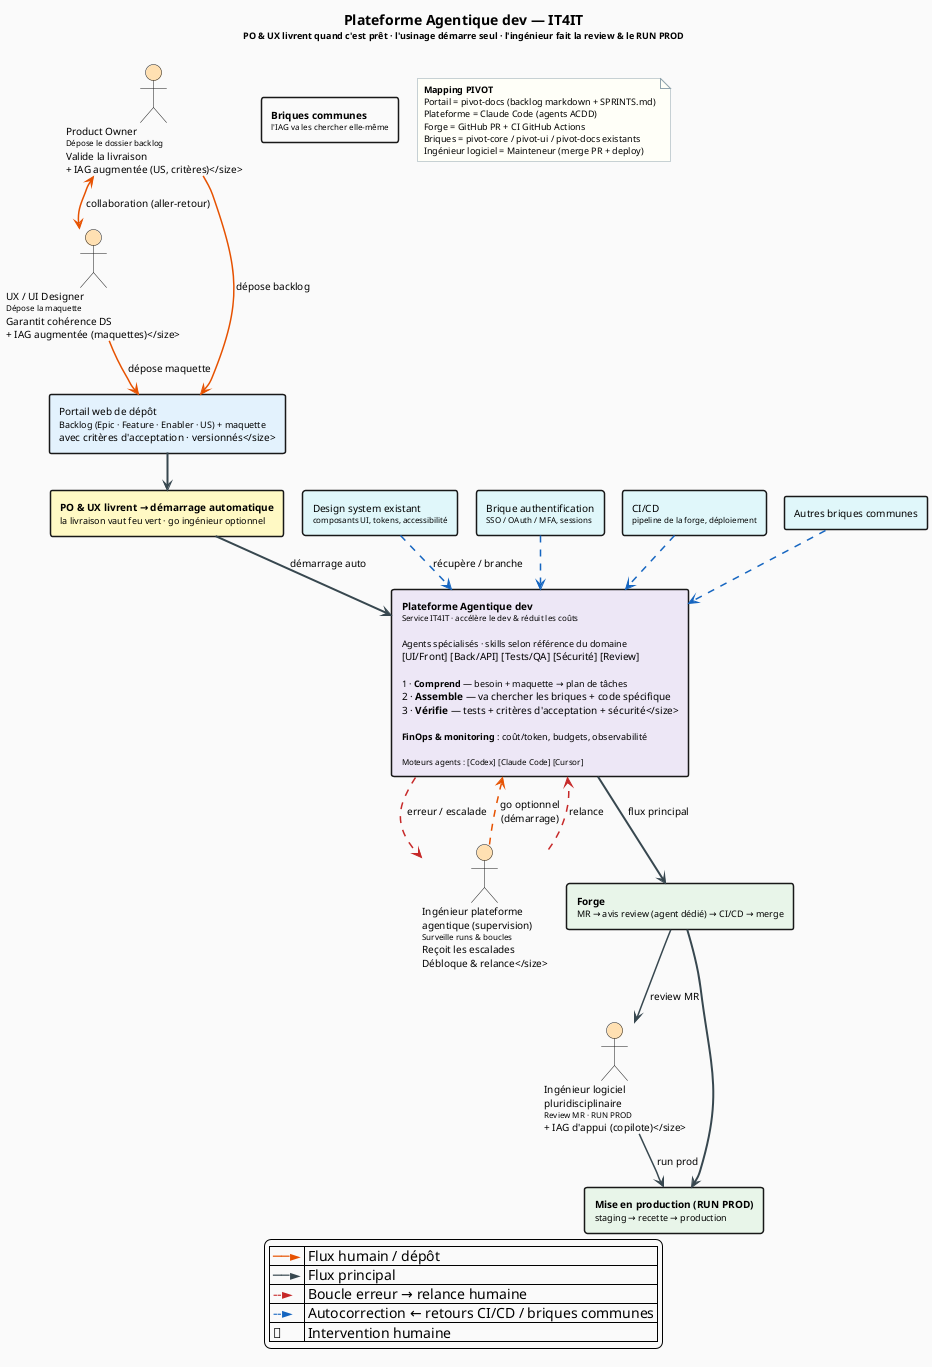
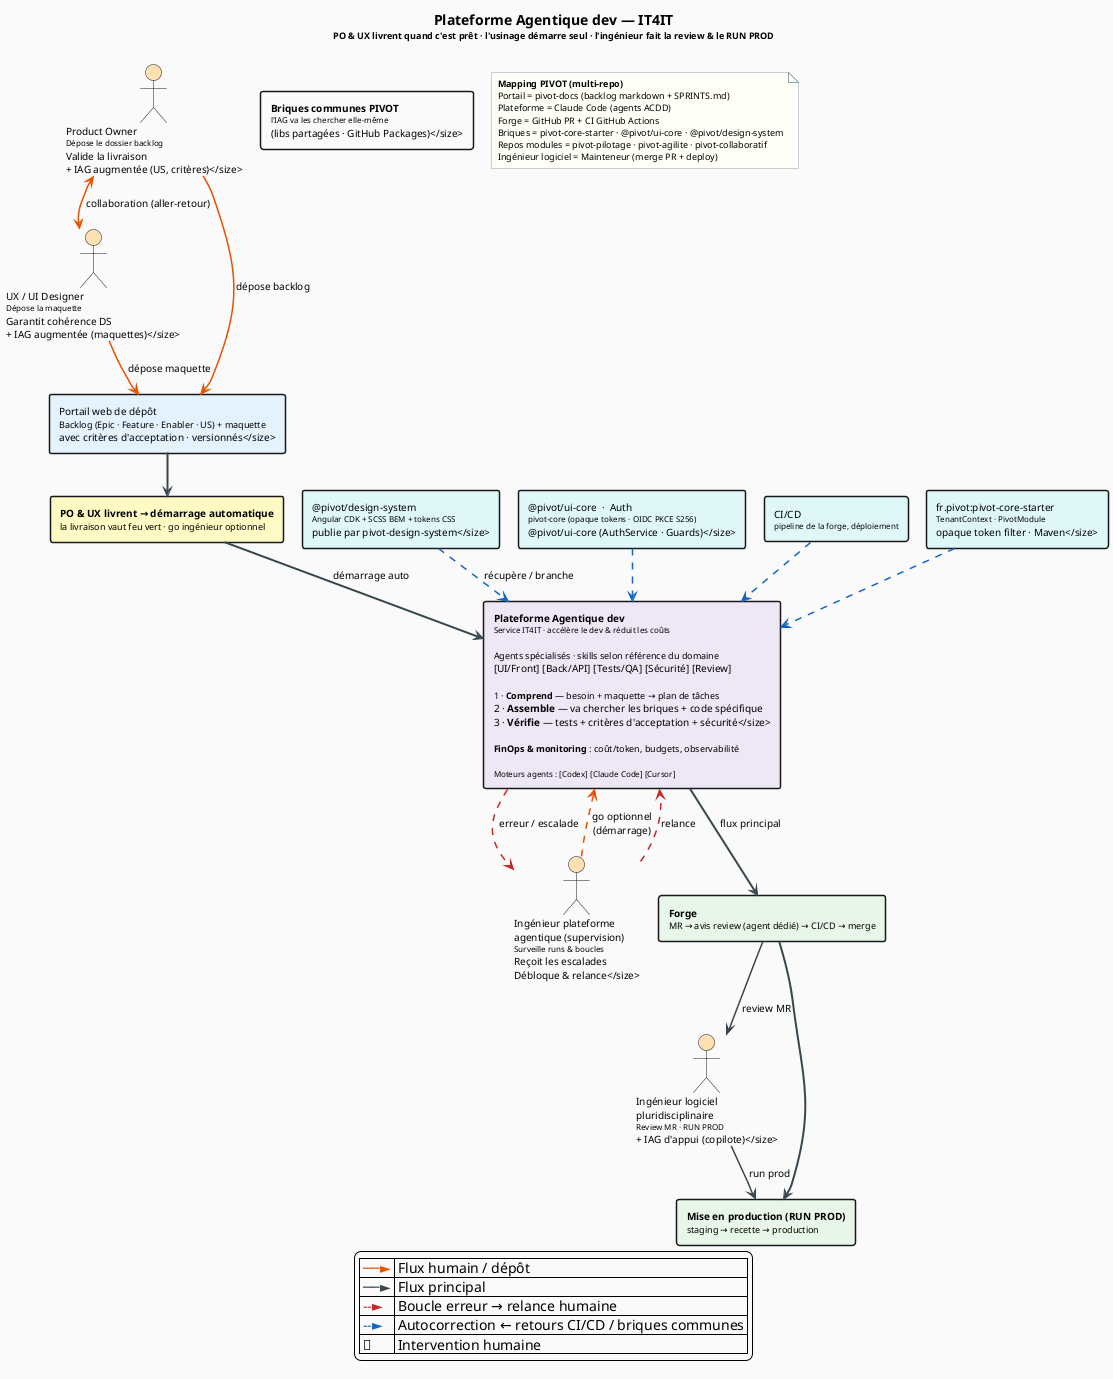
- @startuml
+ @startuml it4it-vision
!pragma layout smetana
skinparam backgroundColor #FAFAFA
skinparam defaultFontName "Arial"
skinparam defaultFontSize 10
skinparam ArrowThickness 1.5
skinparam RectangleBorderThickness 1.5
skinparam NoteBorderColor #90A4AE
skinparam NoteBackgroundColor #FFFFF8
skinparam NoteFontSize 9

title Plateforme Agentique dev — IT4IT\n<size:9>PO & UX livrent quand c'est prêt · l'usinage démarre seul · l'ingénieur fait la review & le RUN PROD</size>

' ─── Acteurs humains ───────────────────────────────────────────────────────
actor "Product Owner\n<size:8>Dépose le dossier backlog\nValide la livraison\n+ IAG augmentée (US, critères)</size>" as PO #FFE0B2
actor "UX / UI Designer\n<size:8>Dépose la maquette\nGarantit cohérence DS\n+ IAG augmentée (maquettes)</size>" as UX #FFE0B2

actor "Ingénieur plateforme\nagentique (supervision)\n<size:8>Surveille runs & boucles\nReçoit les escalades\nDébloque & relance</size>" as IngPlat #FFE0B2
actor "Ingénieur logiciel\npluridisciplinaire\n<size:8>Review MR · RUN PROD\n+ IAG d'appui (copilote)</size>" as IngLog #FFE0B2

' ─── Portail de dépôt ──────────────────────────────────────────────────────
rectangle "Portail web de dépôt\n<size:9>Backlog (Epic · Feature · Enabler · US) + maquette\navec critères d'acceptation · versionnés</size>" as Portail #E3F2FD

' ─── Trigger ───────────────────────────────────────────────────────────────
rectangle "**PO & UX livrent → démarrage automatique**\n<size:9>la livraison vaut feu vert · go ingénieur optionnel</size>" as Trigger #FFF9C4

' ─── Plateforme Agentique dev ──────────────────────────────────────────────
rectangle "**Plateforme Agentique dev**\n<size:8>Service IT4IT · accélère le dev & réduit les coûts</size>\n\n<size:9>Agents spécialisés · skills selon référence du domaine</size>\n[UI/Front] [Back/API] [Tests/QA] [Sécurité] [Review]\n\n<size:9>1 · **Comprend** — besoin + maquette → plan de tâches\n2 · **Assemble** — va chercher les briques + code spécifique\n3 · **Vérifie** — tests + critères d'acceptation + sécurité</size>\n\n<size:9>**FinOps & monitoring** : coût/token, budgets, observabilité</size>\n\n<size:8>Moteurs agents : [Codex] [Claude Code] [Cursor]</size>" as Plateforme #EDE7F6

' ─── Forge ─────────────────────────────────────────────────────────────────
rectangle "**Forge**\n<size:9>MR → avis review (agent dédié) → CI/CD → merge</size>" as Forge #E8F5E9

' ─── Production ────────────────────────────────────────────────────────────
rectangle "**Mise en production (RUN PROD)**\n<size:9>staging → recette → production</size>" as Prod #E8F5E9

' ─── Briques communes ──────────────────────────────────────────────────────
- rectangle "**Briques communes**\n<size:8>l'IAG va les chercher elle-même</size>" as BriquesLabel #FAFAFA
+ rectangle "**Briques communes PIVOT**\n<size:8>l'IAG va les chercher elle-même\n(libs partagées · GitHub Packages)</size>" as BriquesLabel #FAFAFA

- rectangle "Design system existant\n<size:8>composants UI, tokens, accessibilité</size>" as DS #E0F7FA
- rectangle "Brique authentification\n<size:8>SSO / OAuth / MFA, sessions</size>" as Auth #E0F7FA
+ rectangle "@pivot/design-system\n<size:8>Angular CDK + SCSS BEM + tokens CSS\npublie par pivot-design-system</size>" as DS #E0F7FA
+ rectangle "@pivot/ui-core  ·  Auth\n<size:8>pivot-core (opaque tokens · OIDC PKCE S256)\n@pivot/ui-core (AuthService · Guards)</size>" as Auth #E0F7FA
rectangle "CI/CD\n<size:8>pipeline de la forge, déploiement</size>" as CICD #E0F7FA
- rectangle "Autres briques communes" as Autres #E0F7FA
+ rectangle "fr.pivot:pivot-core-starter\n<size:8>TenantContext · PivotModule\nopaque token filter · Maven</size>" as Autres #E0F7FA

' ─── Flux ──────────────────────────────────────────────────────────────────
PO -[#E65100]-> Portail : dépose backlog
UX -[#E65100]-> Portail : dépose maquette
PO <-[#E65100]-> UX : collaboration (aller-retour)

Portail -[#37474F,thickness=2]-> Trigger
Trigger -[#37474F,thickness=2]-> Plateforme : démarrage auto

IngPlat -[#E65100,dashed]-> Plateforme : go optionnel\n(démarrage)
Plateforme -[#C62828,dashed]-> IngPlat : erreur / escalade
IngPlat -[#C62828,dashed]-> Plateforme : relance

Plateforme -[#37474F,thickness=2]-> Forge : flux principal
Forge -[#37474F,thickness=2]-> Prod

Forge -[#37474F]-> IngLog : review MR
IngLog -[#37474F]-> Prod : run prod

' Briques communes → Plateforme (autocorrection CI/CD)
DS -[#1565C0,dashed]-> Plateforme : récupère / branche
Auth -[#1565C0,dashed]-> Plateforme
CICD -[#1565C0,dashed]-> Plateforme
Autres -[#1565C0,dashed]-> Plateforme

' ─── Légende ───────────────────────────────────────────────────────────────
legend bottom
  | <color:#E65100>──►</color> | Flux humain / dépôt |
  | <color:#37474F>──►</color> | Flux principal |
  | <color:#C62828>--►</color> | Boucle erreur → relance humaine |
  | <color:#1565C0>--►</color> | Autocorrection ← retours CI/CD / briques communes |
  | 👤 | Intervention humaine |
endlegend

note as N1
-   **Mapping PIVOT**
+   **Mapping PIVOT (multi-repo)**
  Portail = pivot-docs (backlog markdown + SPRINTS.md)
  Plateforme = Claude Code (agents ACDD)
  Forge = GitHub PR + CI GitHub Actions
-   Briques = pivot-core / pivot-ui / pivot-docs existants
+   Briques = pivot-core-starter · @pivot/ui-core · @pivot/design-system
+   Repos modules = pivot-pilotage · pivot-agilite · pivot-collaboratif
  Ingénieur logiciel = Mainteneur (merge PR + deploy)
end note

@enduml
